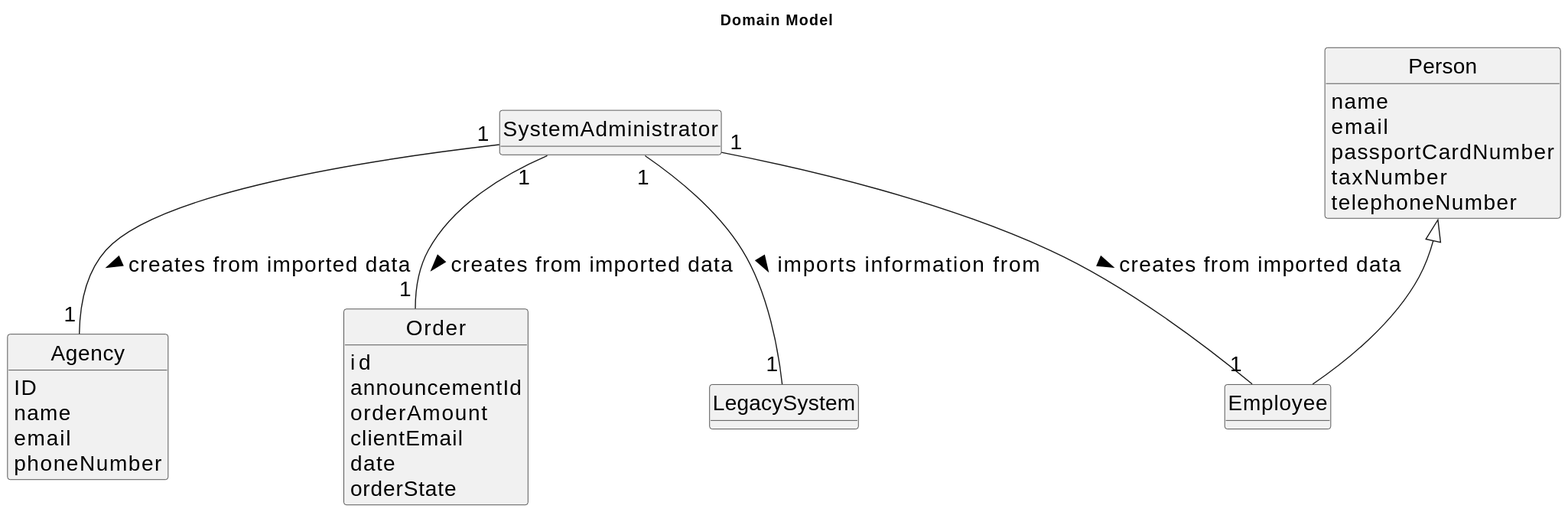
Above: docs/sprintC/us012/02.analysis/svg/us012-domain-model.svg in Goncalves2525/real-estate-management-system (PlantUML), before the change.
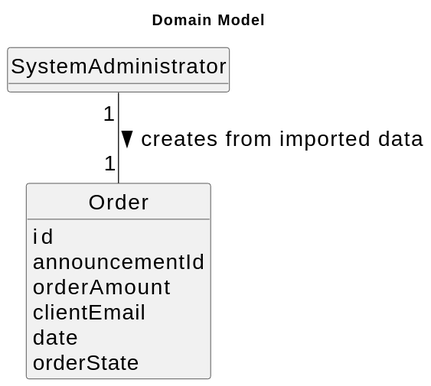
The same file after the commit.

Commit message:
class diagram completed with us9 SVG created VisitScheduleController repository access improved

The edit, as a diff of the source:
```diff
@@ -12,13 +12,6 @@
 
 title Domain Model
 
-class Agency{
-ID
-name
-email
-phoneNumber
-}
-
 class Order{
     id
     announcementId
@@ -27,26 +20,5 @@
     date
     orderState
 }
-
-class LegacySystem{
-}
-
-class SystemAdministrator{
-}
-
-class Employee extends Person{
-}
-
-class Person{
-        name
-        email
-        passportCardNumber
-        taxNumber
-        telephoneNumber
-}
-
-SystemAdministrator "1" -- "1" LegacySystem : imports information from >
-SystemAdministrator "1" -- "1" Employee : creates from imported data >
-SystemAdministrator "1" -- "1" Agency : creates from imported data >
 SystemAdministrator "1" -- "1" Order : creates from imported data >
 @enduml
```
